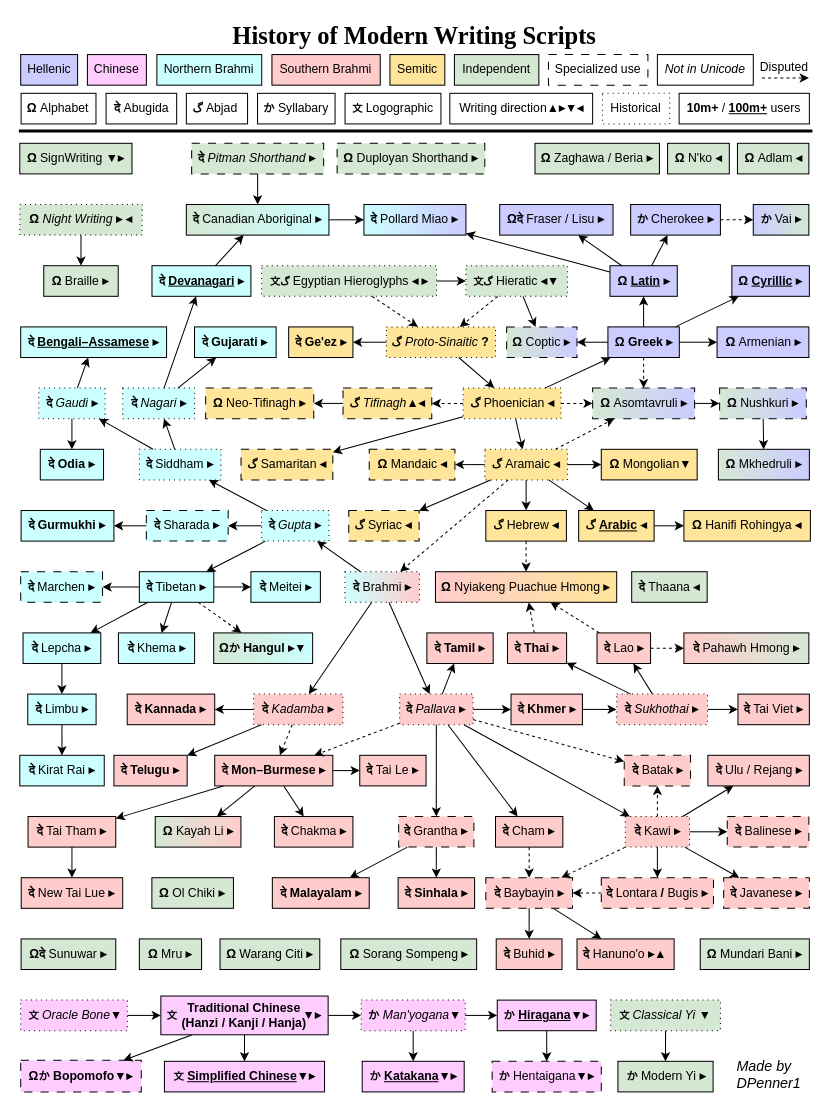
The draw.io diagram Modern Script History.drawio in DPenner1/WritingSystemHistory, before the edit. Source tidied: cells renumbered, new cells numbered last; positions are measured from the earlier drawing's top-left corner, leaving out a move shared by most shapes. Both pictures are drawn from the tidied source at 102%, with x=0, y=0 at pixel (18, 17).
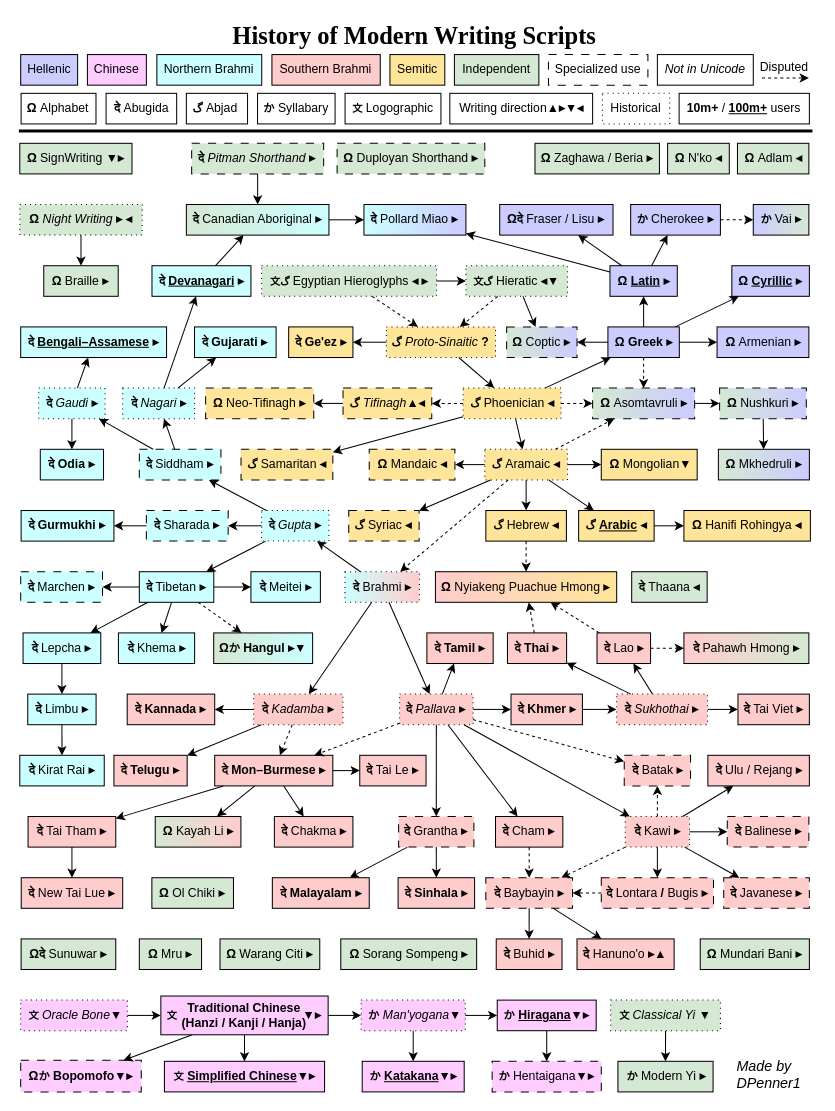
Above is the later version.

Commit message (it also covers changes not shown here):
added script sample for Tangut

Diff of the diagram source:
```diff
@@
-    <mxCell id="23" value="&lt;b&gt;दे&lt;/b&gt;&lt;b style=&quot;font-size: 11px;&quot;&gt;&amp;nbsp;&lt;/b&gt;Siddham&amp;nbsp;&lt;b&gt;▸&lt;/b&gt;" style="whiteSpace=wrap;html=1;dashed=1;dashPattern=1 4;fillColor=#CCFFFF;" parent="1" vertex="1">
+    <mxCell id="23" value="&lt;b&gt;दे&lt;/b&gt;&lt;b style=&quot;font-size: 11px;&quot;&gt;&amp;nbsp;&lt;/b&gt;Siddham&amp;nbsp;&lt;b&gt;▸&lt;/b&gt;" style="whiteSpace=wrap;html=1;dashed=1;dashPattern=8 8;fillColor=#CCFFFF;" parent="1" vertex="1">
       <mxGeometry x="118.1" y="423" width="80" height="30" as="geometry" />
     </mxCell>
```
